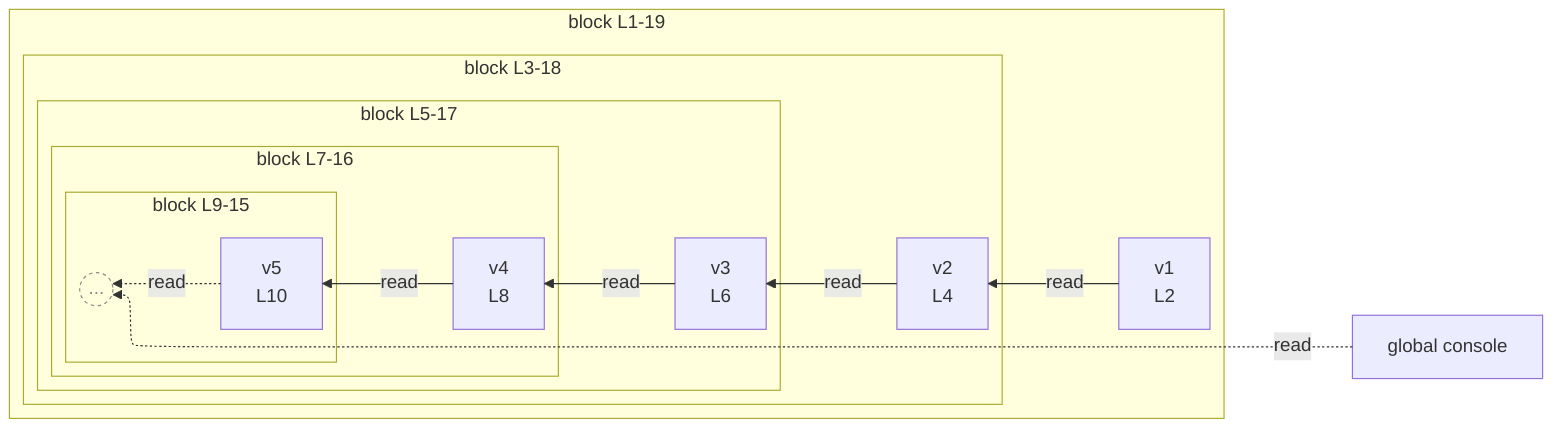
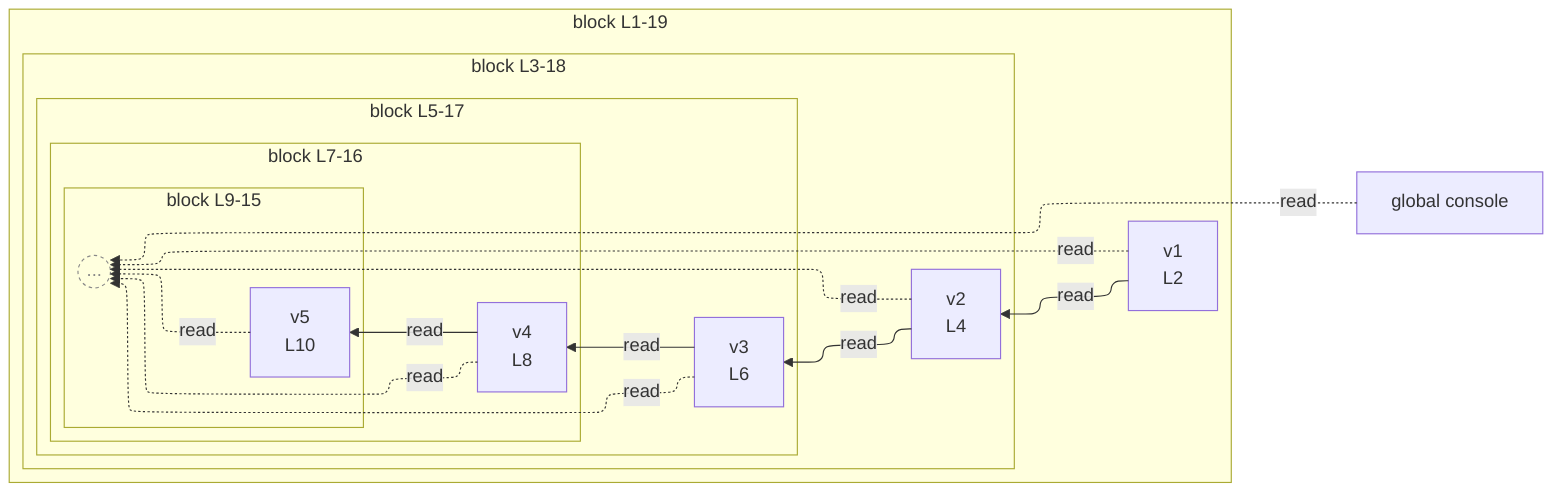
%%{init: {"flowchart": {"defaultRenderer": "elk"}}}%%
flowchart RL
  n_scope_0_console_185["global console"]
  subgraph s_scope_1["block L1-19"]
    direction RL
    n_scope_1_v1_10["v1<br/>L2"]
    subgraph s_scope_2["block L3-18"]
      direction RL
      n_scope_2_v2_32["v2<br/>L4"]
      subgraph s_scope_3["block L5-17"]
        direction RL
        n_scope_3_v3_59["v3<br/>L6"]
        subgraph s_scope_4["block L7-16"]
          direction RL
          n_scope_4_v4_90["v4<br/>L8"]
          subgraph s_scope_5["block L9-15"]
            direction RL
            n_scope_5_v5_125["v5<br/>L10"]
            beyond_depth_s_scope_5((...))
          end
        end
      end
    end
  end
  n_scope_1_v1_10 -->|read| n_scope_2_v2_32
  n_scope_2_v2_32 -->|read| n_scope_3_v3_59
  n_scope_3_v3_59 -->|read| n_scope_4_v4_90
  n_scope_4_v4_90 -->|read| n_scope_5_v5_125
  n_scope_5_v5_125 -.->|read| beyond_depth_s_scope_5
  n_scope_0_console_185 -.->|read| beyond_depth_s_scope_5
+   n_scope_1_v1_10 -.->|read| beyond_depth_s_scope_5
+   n_scope_2_v2_32 -.->|read| beyond_depth_s_scope_5
+   n_scope_3_v3_59 -.->|read| beyond_depth_s_scope_5
+   n_scope_4_v4_90 -.->|read| beyond_depth_s_scope_5
  classDef boundaryStub fill:transparent,stroke:#888,stroke-dasharray:3 3,color:#888;
  class beyond_depth_s_scope_5 boundaryStub;
